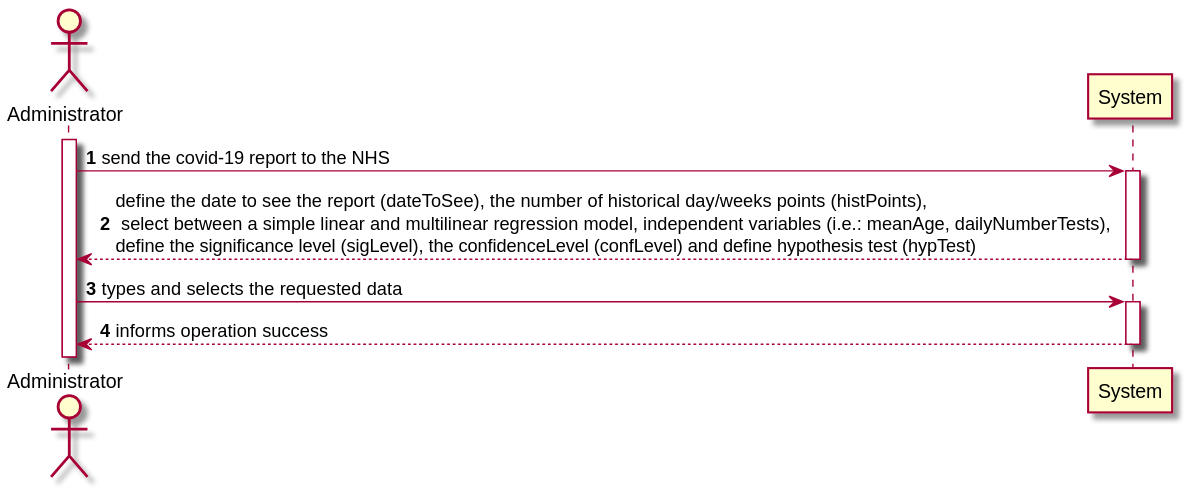
The PlantUML diagram docs/SprintD/US18/US18-SSD.svg in 0franciscor/lei-21-s2-1de-g19, before a commit.
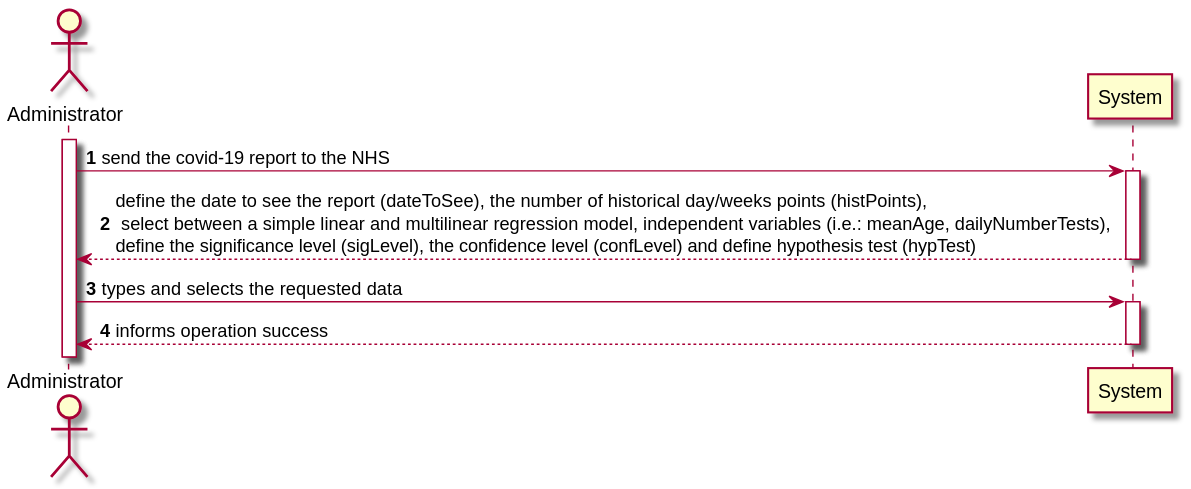
Later version of the same file.

Change to the diagram source:
```diff
@@ -5,7 +5,7 @@
 actor "Administrator" as A
 activate A
 A -> System ++: send the covid-19 report to the NHS
-System -->  A --: define the date to see the report (dateToSee), the number of historical day/weeks points (histPoints),\n select between a simple linear and multilinear regression model, independent variables (i.e.: meanAge, dailyNumberTests), \ndefine the significance level (sigLevel), the confidenceLevel (confLevel) and define hypothesis test (hypTest)
+System -->  A --: define the date to see the report (dateToSee), the number of historical day/weeks points (histPoints),\n select between a simple linear and multilinear regression model, independent variables (i.e.: meanAge, dailyNumberTests), \ndefine the significance level (sigLevel), the confidence level (confLevel) and define hypothesis test (hypTest)
 A -> System ++: types and selects the requested data
 System -->  A --: informs operation success
 
```
